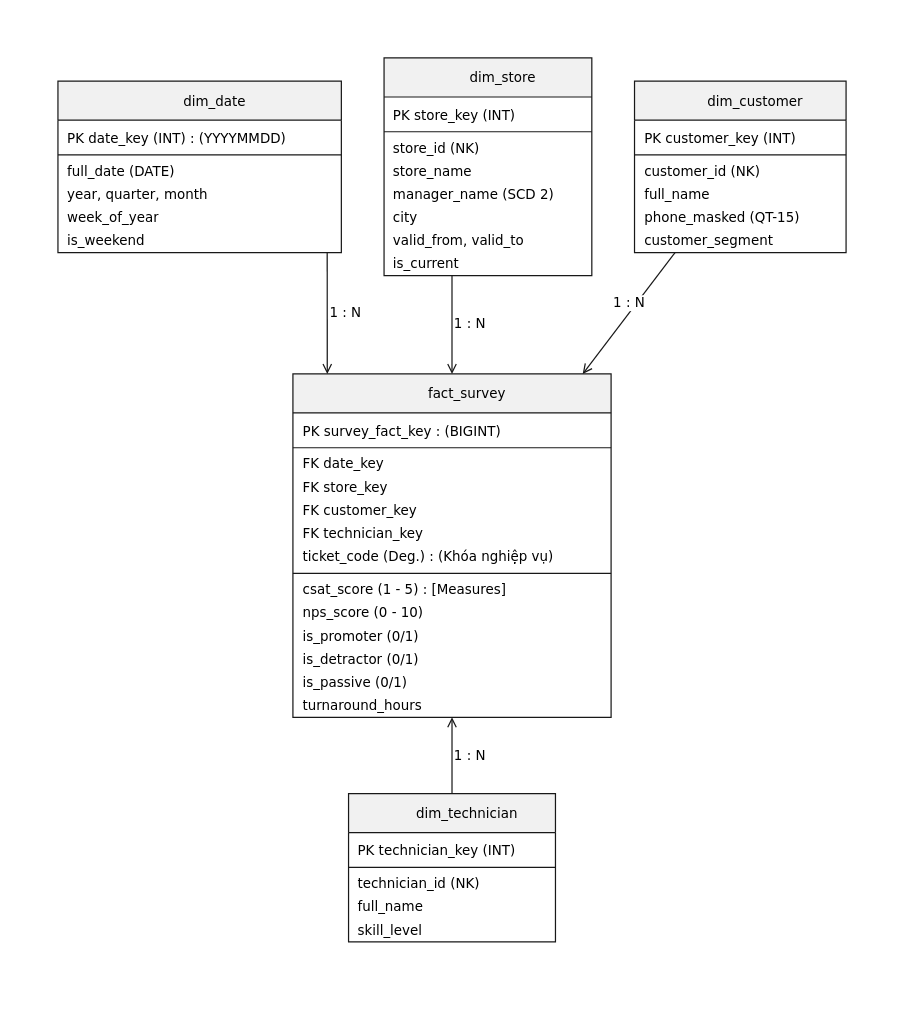
Before: docs/dwh.drawio in MinhQuang123789/cdtn1-dongquangminh-L8, a draw.io diagram. Source tidied: cells renumbered, new cells numbered last; positions are measured from the earlier drawing's top-left corner, leaving out a move shared by most shapes. Both pictures are drawn from the tidied source at 122%, with x=0, y=0 at pixel (21, 21).
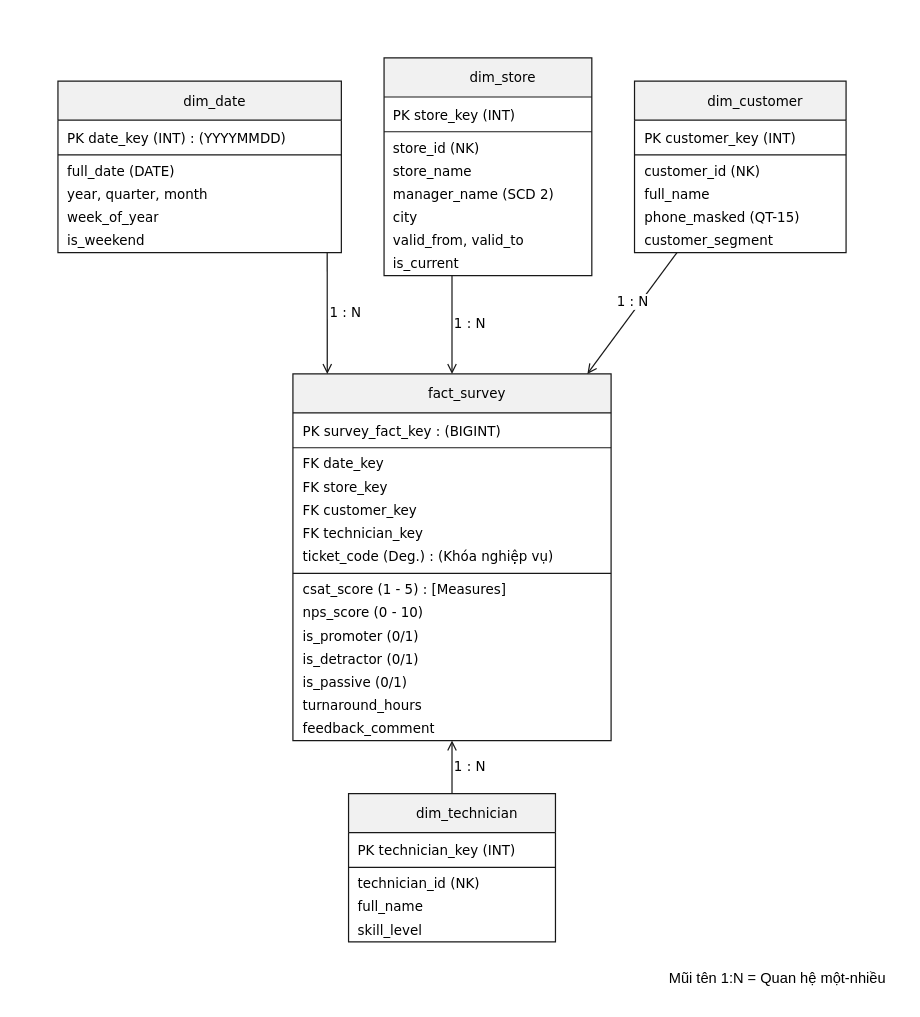
The same page after the edit.

Unchanged cells that the change refers to:
```xml
<mxCell id="2" style="group;transparentBounds=1;editIcon=1;lockedGroup=0;groupPadding=10;" parent="1" vertex="1">
  <mxGeometry as="geometry" />
</mxCell>
```

Diff of the diagram source:
```diff
@@
     <mxCell id="26" value="fact_survey" style="swimlane;fontStyle=0;align=center;fontSize=11;fontColor=#000000;startSize=32;spacingLeft=25;fillColor=#F1F1F1;strokeColor=#181818;horizontal=1;fontFamily=DejaVu Sans;" parent="2" vertex="1">
-      <mxGeometry x="222.6" y="289" width="260.8" height="281.5" as="geometry" />
+      <mxGeometry x="222.6" y="289" width="260.8" height="300.5" as="geometry" />
     </mxCell>
@@
+    <mxCell id="51" value="feedback_comment" style="text;html=1;align=left;verticalAlign=middle;spacingLeft=6;spacingRight=4;overflow=hidden;fillColor=none;strokeColor=none;fontSize=11;fontColor=#000000;fontStyle=0;whiteSpace=wrap;fontFamily=DejaVu Sans;" parent="26" vertex="1">
+      <mxGeometry y="281.5" width="260.8" height="19" as="geometry" />
+    </mxCell>
@@
+    <mxCell id="52" value="Mũi tên 1:N = Quan hệ một-nhiều" style="text;html=1;whiteSpace=wrap;strokeColor=none;fillColor=none;align=center;verticalAlign=middle;rounded=0;" parent="2" vertex="1">
+      <mxGeometry x="520" y="770" width="200" height="30" as="geometry" />
+    </mxCell>
```
